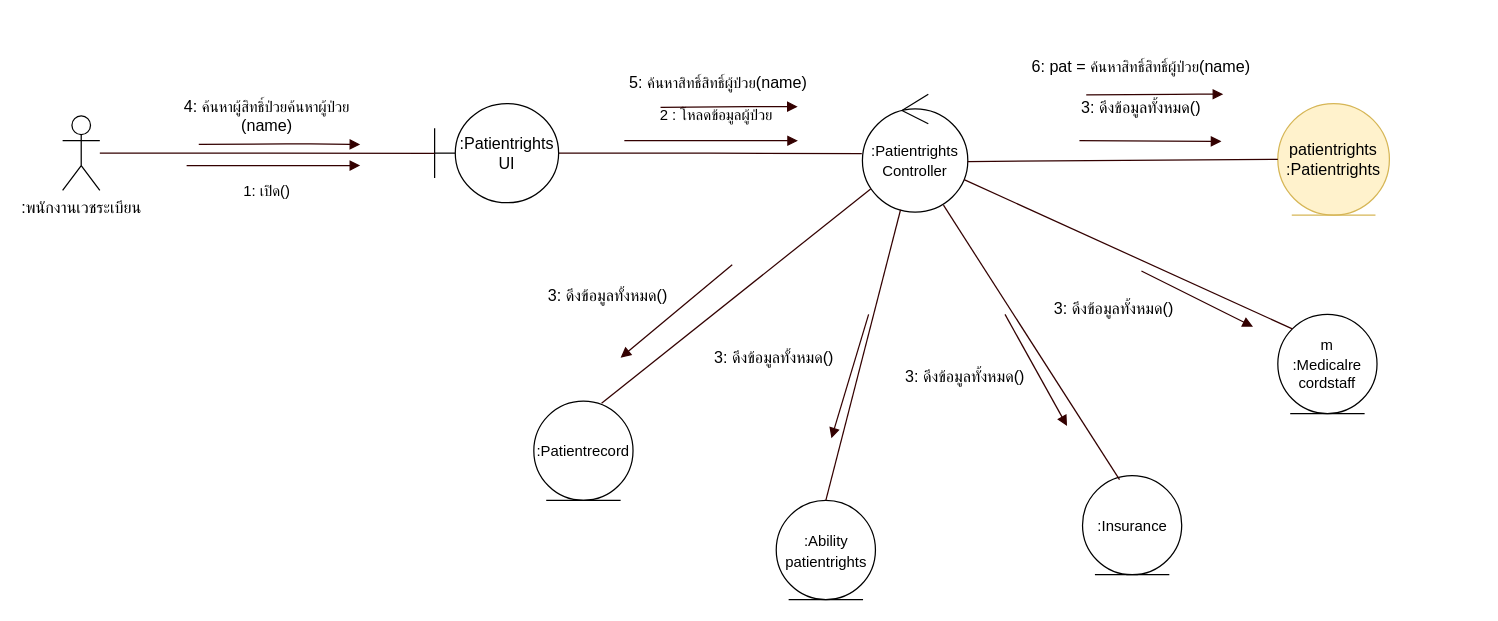
Before: page "Communication Diagram" (2 of 5) of draw_io/b6103866-2.drawio in sut63/team10, a draw.io diagram. Source tidied: cells renumbered, new cells numbered last; positions are measured from the earlier drawing's top-left corner, leaving out a move shared by most shapes. Both pictures are drawn from the tidied source at 124%, with x=0, y=0 at pixel (62, 53).
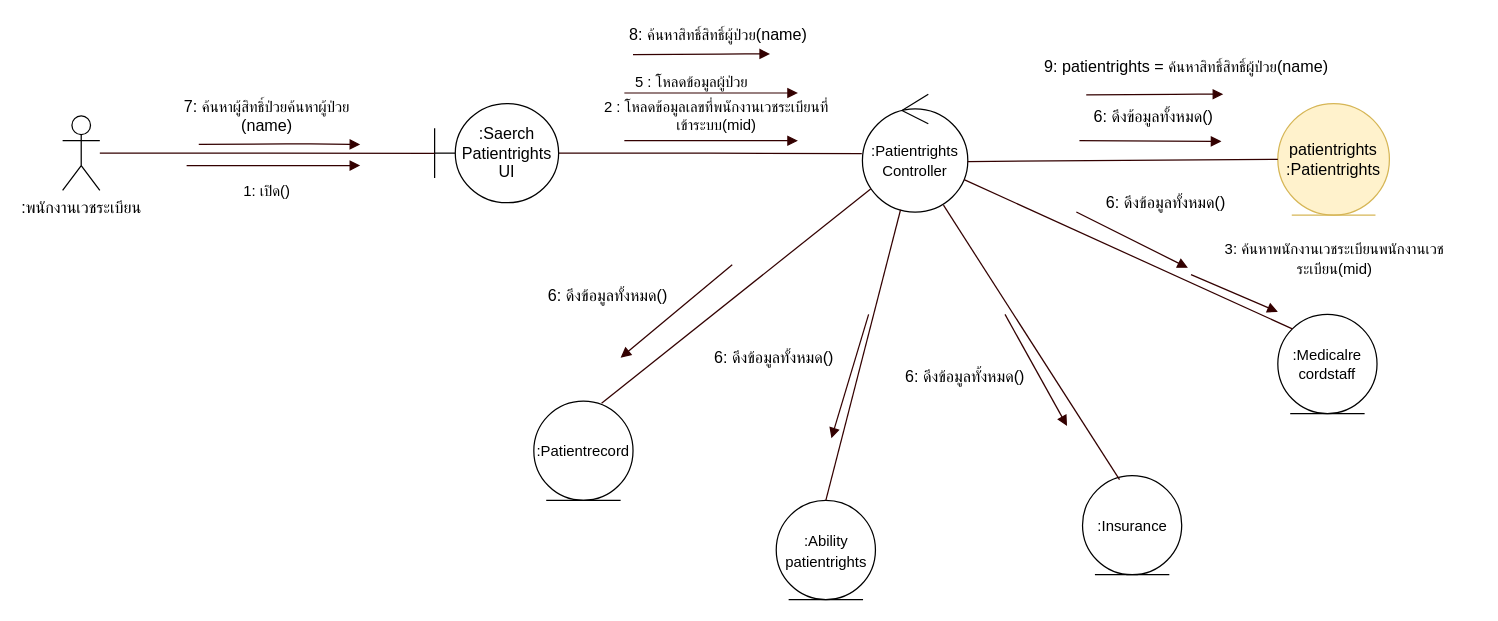
The same diagram, later.

Change to the diagram source:
```diff
@@
-    <mxCell id="3" value=":Patientrights&lt;br style=&quot;font-size: 13px&quot;&gt;UI" style="shape=umlBoundary;whiteSpace=wrap;html=1;fontSize=13;" parent="1" vertex="1">
+    <mxCell id="3" value=":Saerch&lt;br&gt;Patientrights&lt;br style=&quot;font-size: 13px&quot;&gt;UI" style="shape=umlBoundary;whiteSpace=wrap;html=1;fontSize=13;" parent="1" vertex="1">
       <mxGeometry x="300" y="40" width="100" height="80" as="geometry" />
     </mxCell>
@@
-    <mxCell id="9" value="&lt;font style=&quot;font-size: 12px&quot;&gt;m&lt;br&gt;:Medicalre&lt;br&gt;cordstaff&lt;/font&gt;" style="ellipse;shape=umlEntity;whiteSpace=wrap;html=1;fontSize=13;" parent="1" vertex="1">
+    <mxCell id="9" value="&lt;font style=&quot;font-size: 12px&quot;&gt;:Medicalre&lt;br&gt;cordstaff&lt;/font&gt;" style="ellipse;shape=umlEntity;whiteSpace=wrap;html=1;fontSize=13;" parent="1" vertex="1">
       <mxGeometry x="980" y="210" width="80" height="80" as="geometry" />
     </mxCell>
@@
     <mxCell id="19" style="endArrow=block;html=1;strokeColor=#330000;endFill=1;" parent="1" edge="1">
       <mxGeometry relative="1" as="geometry">
-        <mxPoint x="453" y="70" as="sourcePoint" />
-        <mxPoint x="593" y="70" as="targetPoint" />
+        <mxPoint x="453" y="31.5" as="sourcePoint" />
+        <mxPoint x="593" y="31.5" as="targetPoint" />
       </mxGeometry>
     </mxCell>
-    <mxCell id="20" value="&lt;font style=&quot;font-size: 12px&quot;&gt;2 : โหลดข้อมูลผู้ป่วย&lt;/font&gt;" style="text;html=1;strokeColor=none;fillColor=none;align=center;verticalAlign=middle;whiteSpace=wrap;rounded=0;" parent="1" vertex="1">
-      <mxGeometry x="430" y="40" width="195" height="20" as="geometry" />
+    <mxCell id="20" value="&lt;font style=&quot;font-size: 12px&quot;&gt;5 : โหลดข้อมูลผู้ป่วย&lt;/font&gt;" style="text;html=1;strokeColor=none;fillColor=none;align=center;verticalAlign=middle;whiteSpace=wrap;rounded=0;" parent="1" vertex="1">
+      <mxGeometry x="410" y="12.5" width="195" height="20" as="geometry" />
     </mxCell>
@@
-    <mxCell id="24" value="5: &lt;font style=&quot;font-size: 12px&quot;&gt;ค้นหาสิทธิ์สิทธิ์ผู้ป่วย&lt;/font&gt;(name)" style="text;html=1;strokeColor=none;fillColor=none;align=center;verticalAlign=middle;whiteSpace=wrap;rounded=0;fontSize=13;" parent="1" vertex="1">
-      <mxGeometry x="431.5" y="12.5" width="193.5" height="20" as="geometry" />
+    <mxCell id="24" value="8: &lt;font style=&quot;font-size: 12px&quot;&gt;ค้นหาสิทธิ์สิทธิ์ผู้ป่วย&lt;/font&gt;(name)" style="text;html=1;strokeColor=none;fillColor=none;align=center;verticalAlign=middle;whiteSpace=wrap;rounded=0;fontSize=13;" parent="1" vertex="1">
+      <mxGeometry x="431.5" y="-26" width="193.5" height="20" as="geometry" />
     </mxCell>
@@
-    <mxCell id="26" value="3: ดึงข้อมูลทั้งหมด()" style="text;html=1;strokeColor=none;fillColor=none;align=center;verticalAlign=middle;whiteSpace=wrap;rounded=0;fontSize=13;" parent="1" vertex="1">
-      <mxGeometry x="787.5" y="195" width="120" height="20" as="geometry" />
+    <mxCell id="26" value="6: ดึงข้อมูลทั้งหมด()" style="text;html=1;strokeColor=none;fillColor=none;align=center;verticalAlign=middle;whiteSpace=wrap;rounded=0;fontSize=13;" parent="1" vertex="1">
+      <mxGeometry x="830" y="110" width="120" height="20" as="geometry" />
     </mxCell>
     <mxCell id="27" style="endArrow=block;html=1;strokeColor=#330000;endFill=1;" parent="1" edge="1">
       <mxGeometry relative="1" as="geometry">
-        <mxPoint x="870" y="175" as="sourcePoint" />
-        <mxPoint x="960" y="220" as="targetPoint" />
+        <mxPoint x="817.5" y="127.5" as="sourcePoint" />
+        <mxPoint x="907.5" y="172.5" as="targetPoint" />
       </mxGeometry>
     </mxCell>
-    <mxCell id="28" value="3: ดึงข้อมูลทั้งหมด()" style="text;html=1;strokeColor=none;fillColor=none;align=center;verticalAlign=middle;whiteSpace=wrap;rounded=0;fontSize=13;" parent="1" vertex="1">
-      <mxGeometry x="810" y="32.5" width="120" height="20" as="geometry" />
+    <mxCell id="28" value="6: ดึงข้อมูลทั้งหมด()" style="text;html=1;strokeColor=none;fillColor=none;align=center;verticalAlign=middle;whiteSpace=wrap;rounded=0;fontSize=13;" parent="1" vertex="1">
+      <mxGeometry x="820" y="40" width="120" height="20" as="geometry" />
     </mxCell>
-    <mxCell id="29" value="3: ดึงข้อมูลทั้งหมด()" style="text;html=1;strokeColor=none;fillColor=none;align=center;verticalAlign=middle;whiteSpace=wrap;rounded=0;fontSize=13;" parent="1" vertex="1">
+    <mxCell id="29" value="6: ดึงข้อมูลทั้งหมด()" style="text;html=1;strokeColor=none;fillColor=none;align=center;verticalAlign=middle;whiteSpace=wrap;rounded=0;fontSize=13;" parent="1" vertex="1">
       <mxGeometry x="380" y="185" width="120" height="20" as="geometry" />
     </mxCell>
-    <mxCell id="30" value="3: ดึงข้อมูลทั้งหมด()" style="text;html=1;strokeColor=none;fillColor=none;align=center;verticalAlign=middle;whiteSpace=wrap;rounded=0;fontSize=13;" parent="1" vertex="1">
+    <mxCell id="30" value="6: ดึงข้อมูลทั้งหมด()" style="text;html=1;strokeColor=none;fillColor=none;align=center;verticalAlign=middle;whiteSpace=wrap;rounded=0;fontSize=13;" parent="1" vertex="1">
       <mxGeometry x="667.5" y="250" width="120" height="20" as="geometry" />
     </mxCell>
-    <mxCell id="31" value="3: ดึงข้อมูลทั้งหมด()" style="text;html=1;strokeColor=none;fillColor=none;align=center;verticalAlign=middle;whiteSpace=wrap;rounded=0;fontSize=13;" parent="1" vertex="1">
+    <mxCell id="31" value="6: ดึงข้อมูลทั้งหมด()" style="text;html=1;strokeColor=none;fillColor=none;align=center;verticalAlign=middle;whiteSpace=wrap;rounded=0;fontSize=13;" parent="1" vertex="1">
       <mxGeometry x="514" y="235" width="120" height="20" as="geometry" />
     </mxCell>
-    <mxCell id="32" value="4:&amp;nbsp;&lt;span style=&quot;font-size: 12px&quot;&gt;ค้นหา&lt;/span&gt;&lt;span style=&quot;font-size: 12px&quot;&gt;ผู้สิทธิ์ป่วย&lt;/span&gt;&lt;span style=&quot;font-size: 12px&quot;&gt;ค้นหา&lt;/span&gt;&lt;span style=&quot;font-size: 12px&quot;&gt;ผู้ป่วย&lt;/span&gt;&lt;span style=&quot;font-size: 12px&quot;&gt;&lt;br&gt;&lt;/span&gt;(name)" style="text;html=1;strokeColor=none;fillColor=none;align=center;verticalAlign=middle;whiteSpace=wrap;rounded=0;fontSize=13;" parent="1" vertex="1">
+    <mxCell id="32" value="7:&amp;nbsp;&lt;span style=&quot;font-size: 12px&quot;&gt;ค้นหา&lt;/span&gt;&lt;span style=&quot;font-size: 12px&quot;&gt;ผู้สิทธิ์ป่วย&lt;/span&gt;&lt;span style=&quot;font-size: 12px&quot;&gt;ค้นหา&lt;/span&gt;&lt;span style=&quot;font-size: 12px&quot;&gt;ผู้ป่วย&lt;/span&gt;&lt;span style=&quot;font-size: 12px&quot;&gt;&lt;br&gt;&lt;/span&gt;(name)" style="text;html=1;strokeColor=none;fillColor=none;align=center;verticalAlign=middle;whiteSpace=wrap;rounded=0;fontSize=13;" parent="1" vertex="1">
       <mxGeometry x="79" y="40" width="172" height="20" as="geometry" />
     </mxCell>
@@
     <mxCell id="34" style="endArrow=block;html=1;strokeColor=#330000;endFill=1;" parent="1" edge="1">
       <mxGeometry relative="1" as="geometry">
-        <mxPoint x="482.2" y="43" as="sourcePoint" />
-        <mxPoint x="592.8" y="42.5" as="targetPoint" />
+        <mxPoint x="460" y="0.5" as="sourcePoint" />
+        <mxPoint x="570.5" as="targetPoint" />
         <Array as="points">
-          <mxPoint x="562.8" y="42.5" />
+          <mxPoint x="540.5" />
         </Array>
       </mxGeometry>
     </mxCell>
-    <mxCell id="35" value="6: pat =&amp;nbsp;&lt;font style=&quot;font-size: 12px&quot;&gt;ค้นหาสิทธิ์สิทธิ์ผู้ป่วย&lt;/font&gt;(name)" style="text;html=1;strokeColor=none;fillColor=none;align=center;verticalAlign=middle;whiteSpace=wrap;rounded=0;fontSize=13;" parent="1" vertex="1">
-      <mxGeometry x="773.2" width="193.5" height="20" as="geometry" />
+    <mxCell id="35" value="9: patientrights&amp;nbsp;=&amp;nbsp;&lt;font style=&quot;font-size: 12px&quot;&gt;ค้นหาสิทธิ์สิทธิ์ผู้ป่วย&lt;/font&gt;(name)" style="text;html=1;strokeColor=none;fillColor=none;align=center;verticalAlign=middle;whiteSpace=wrap;rounded=0;fontSize=13;" parent="1" vertex="1">
+      <mxGeometry x="773.2" width="266.8" height="20" as="geometry" />
     </mxCell>
@@
+    <mxCell id="37" style="endArrow=block;html=1;strokeColor=#330000;endFill=1;" parent="1" edge="1">
+      <mxGeometry relative="1" as="geometry">
+        <mxPoint x="453" y="70" as="sourcePoint" />
+        <mxPoint x="593" y="70" as="targetPoint" />
+      </mxGeometry>
+    </mxCell>
+    <mxCell id="38" value="&lt;font style=&quot;font-size: 12px&quot;&gt;2 : โหลดข้อมูลเลขที่พนักงานเวชระเบียนที่เข้าระบบ(mid)&lt;/font&gt;" style="text;html=1;strokeColor=none;fillColor=none;align=center;verticalAlign=middle;whiteSpace=wrap;rounded=0;" parent="1" vertex="1">
+      <mxGeometry x="430" y="40" width="195" height="20" as="geometry" />
+    </mxCell>
+    <mxCell id="39" value="&lt;font style=&quot;font-size: 12px&quot;&gt;3: ค้นหาพนักงานเวชระเบียนพนักงานเวชระเบียน(mid)&lt;/font&gt;" style="text;html=1;strokeColor=none;fillColor=none;align=center;verticalAlign=middle;whiteSpace=wrap;rounded=0;fontSize=13;" parent="1" vertex="1">
+      <mxGeometry x="912" y="155" width="228" height="20" as="geometry" />
+    </mxCell>
+    <mxCell id="40" style="endArrow=block;html=1;strokeColor=#330000;endFill=1;" parent="1" edge="1">
+      <mxGeometry relative="1" as="geometry">
+        <mxPoint x="910" y="178" as="sourcePoint" />
+        <mxPoint x="980" y="208" as="targetPoint" />
+      </mxGeometry>
+    </mxCell>
```
